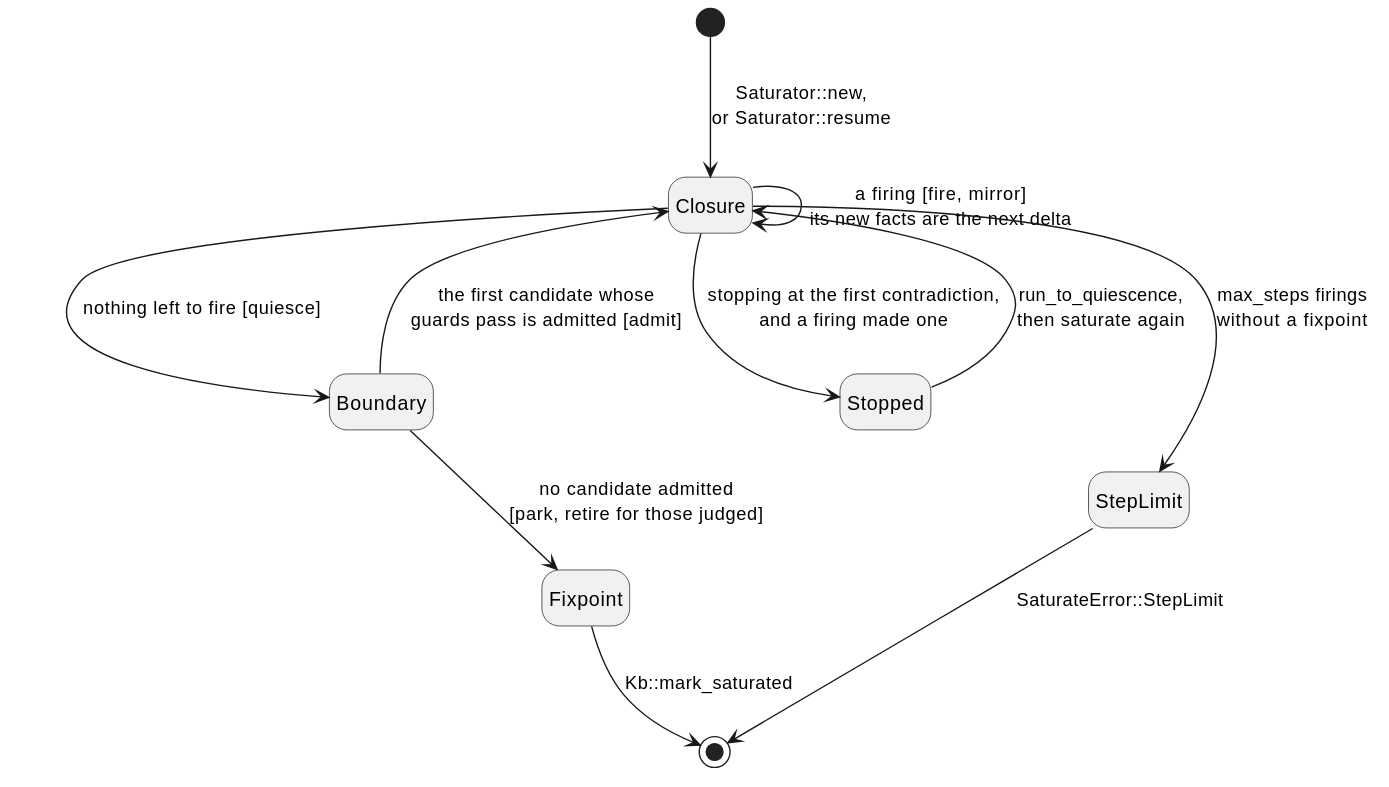
Earlier version of the PlantUML export docs/ein/ein.rs/03-design/diagrams/06-two-phases.svg (agutikov/ein). Its source is kept beside it as docs/ein/ein.rs/03-design/diagrams/06-two-phases.puml. Source of this version:
```plantuml
@startuml
hide empty description
[*] --> Closure : Saturator::new,\nor Saturator::resume
Closure --> Closure : a firing [fire, mirror]\nits new facts are the next delta
Closure --> Boundary : nothing left to fire [quiesce]
Boundary --> Closure : the first candidate whose\nguards pass is admitted [admit]
Boundary --> Fixpoint : no candidate admitted\n[park, retire for those judged]
Fixpoint --> [*] : Kb::mark_saturated
Closure --> Stopped : stopping at the first contradiction,\nand a firing made one
Stopped --> Closure : run_to_quiescence,\nthen saturate again
Closure --> StepLimit : max_steps firings\nwithout a fixpoint
StepLimit --> [*] : SaturateError::StepLimit
@enduml
```
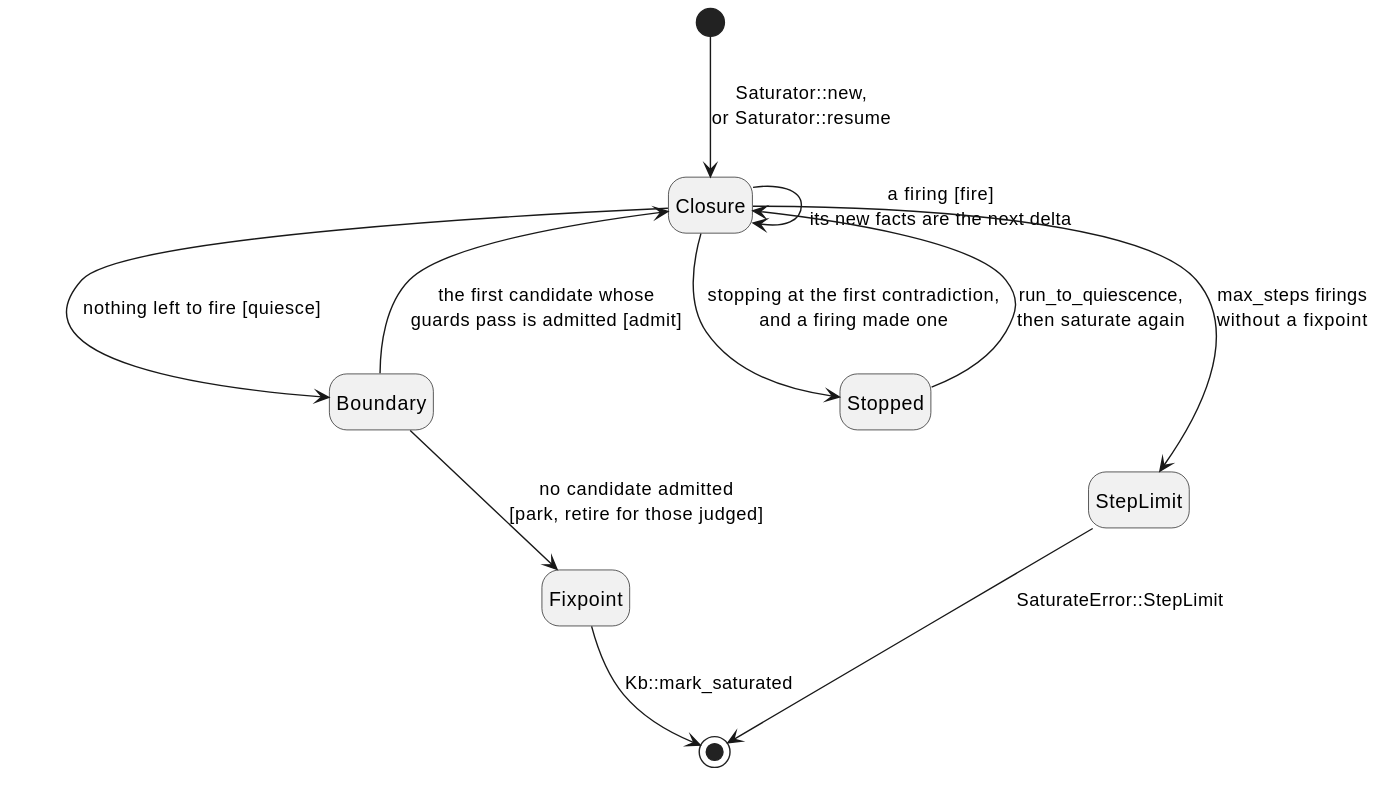
Above is the later version.

Diff of the diagram source:
```diff
@@ -1,7 +1,7 @@
 @startuml
 hide empty description
 [*] --> Closure : Saturator::new,\nor Saturator::resume
-Closure --> Closure : a firing [fire, mirror]\nits new facts are the next delta
+Closure --> Closure : a firing [fire]\nits new facts are the next delta
 Closure --> Boundary : nothing left to fire [quiesce]
 Boundary --> Closure : the first candidate whose\nguards pass is admitted [admit]
 Boundary --> Fixpoint : no candidate admitted\n[park, retire for those judged]
```
